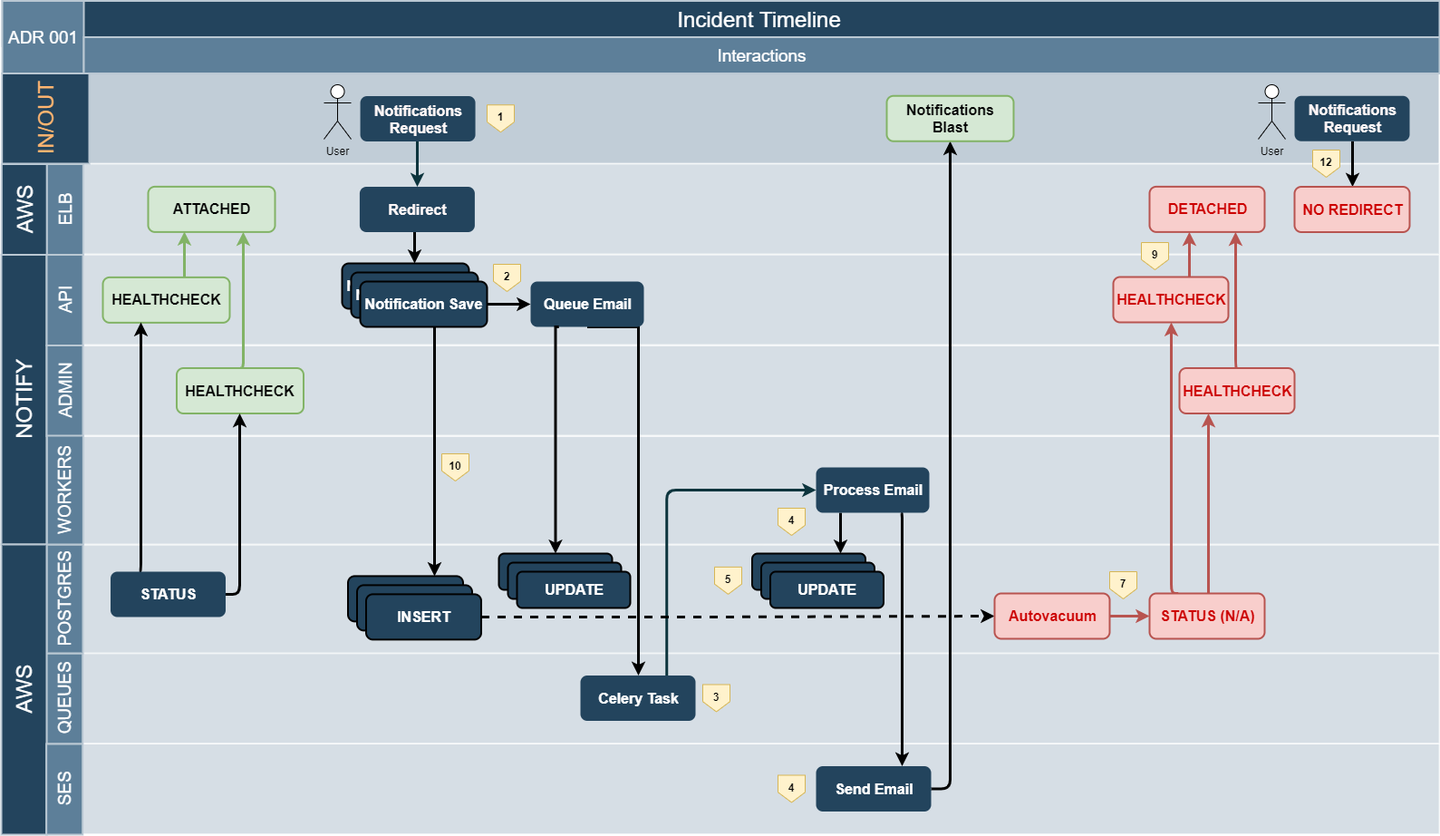
Above: records/diagrams/2021-07-16.scalability.database-bottleneck/timeline-incident.png in cds-snc/notification-adr (draw.io), before the change. Source tidied: cells renumbered, new cells last; positions are measured from the earlier drawing's top-left corner, leaving out a move shared by most shapes.
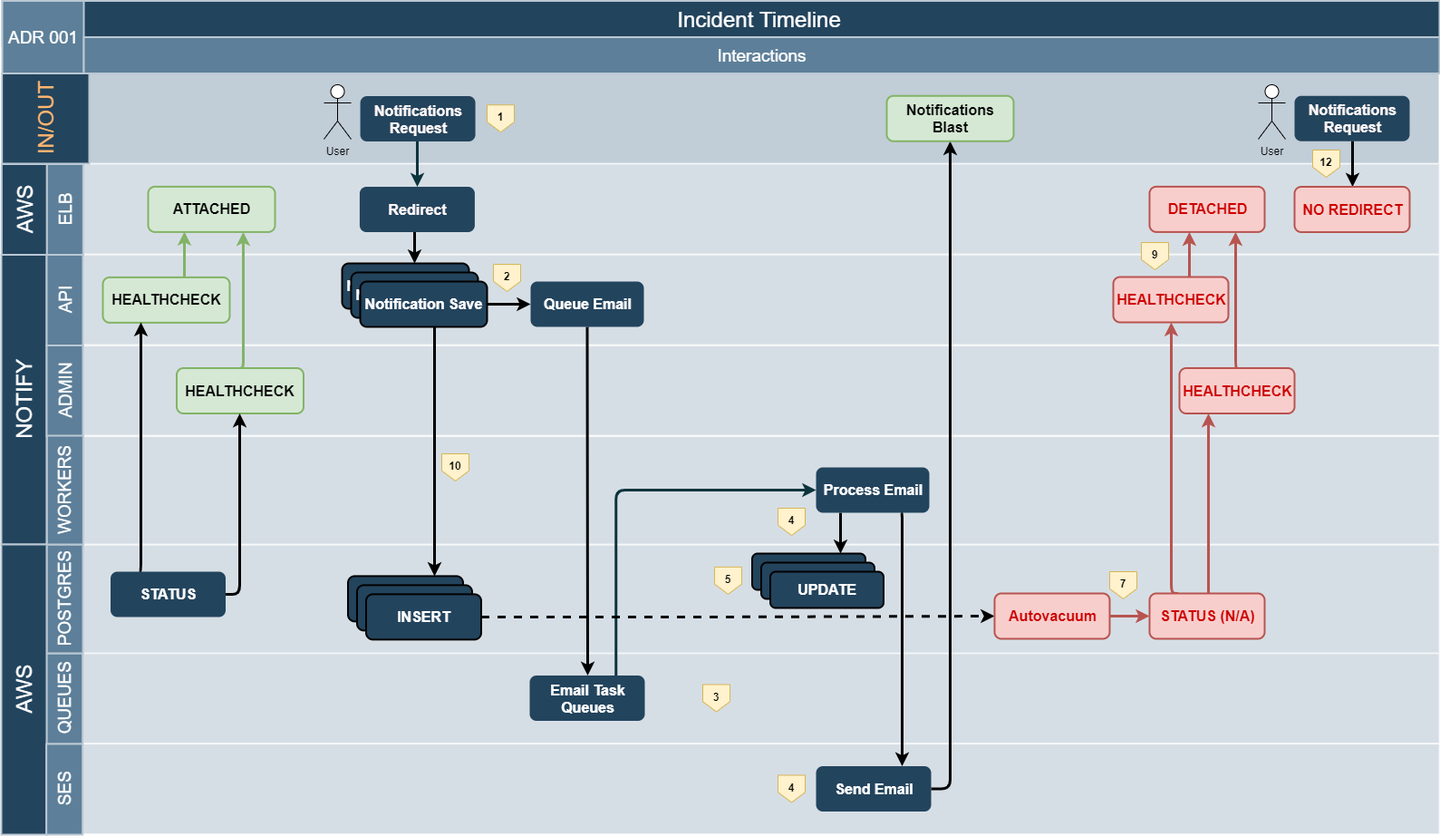
Later version of the same file.

Commit message:
Updated diagram following review

The edit, as a diff of the source:
```diff
@@ -70,6 +70,8 @@
     <mxCell id="21" style="jettySize=auto;html=1;strokeWidth=3;exitX=0.5;exitY=1;exitDx=0;exitDy=0;entryX=0.5;entryY=0;entryDx=0;entryDy=0;edgeStyle=elbowEdgeStyle;rounded=0;" parent="1" edge="1" source="22" target="32">
       <mxGeometry relative="1" as="geometry">
         <Array as="points">
+          <mxPoint x="647" y="490" />
+          <mxPoint x="681" y="450" />
           <mxPoint x="703" y="550" />
         </Array>
       </mxGeometry>
@@ -108,8 +110,8 @@
     <mxCell id="31" value="&lt;font style=&quot;font-size: 16px&quot; color=&quot;#fff7f7&quot;&gt;Notifications&lt;br&gt;Request&lt;/font&gt;" style="rounded=1;fillColor=#23445D;strokeColor=none;strokeWidth=2;fontFamily=Helvetica;html=1;gradientColor=none;fontStyle=1;" parent="1" vertex="1">
       <mxGeometry x="396.1" y="105.5" width="127" height="50" as="geometry" />
     </mxCell>
-    <mxCell id="32" value="&lt;font style=&quot;font-size: 16px&quot; color=&quot;#ffffff&quot;&gt;&lt;b&gt;Celery Task&lt;/b&gt;&lt;/font&gt;" style="rounded=1;fillColor=#23445D;strokeColor=none;strokeWidth=2;fontFamily=Helvetica;html=1;gradientColor=none;" parent="1" vertex="1">
-      <mxGeometry x="639" y="744.5" width="127" height="50" as="geometry" />
+    <mxCell id="32" value="&lt;font style=&quot;font-size: 16px&quot; color=&quot;#ffffff&quot;&gt;&lt;b&gt;&lt;font style=&quot;font-size: 16px&quot;&gt;Email Task&lt;br&gt;&lt;/font&gt;Queues&lt;/b&gt;&lt;/font&gt;" style="rounded=1;fillColor=#23445D;strokeColor=none;strokeWidth=2;fontFamily=Helvetica;html=1;gradientColor=none;" parent="1" vertex="1">
+      <mxGeometry x="583" y="744.5" width="127" height="50" as="geometry" />
     </mxCell>
     <mxCell id="33" value="AWS" style="strokeColor=#BAC8D3;fillColor=#23445D;fontSize=24;strokeWidth=2;horizontal=0;fontFamily=Helvetica;html=1;fontColor=#FFFFFF;fontStyle=0;" parent="1" vertex="1">
       <mxGeometry x="0.3" y="180.5" width="50" height="100" as="geometry" />
@@ -249,22 +251,6 @@
     <mxCell id="70" value="&lt;b&gt;&lt;font style=&quot;font-size: 16px&quot; color=&quot;#ffffff&quot;&gt;UPDATE&lt;/font&gt;&lt;/b&gt;" style="rounded=1;fillColor=#23445D;strokeWidth=2;fontFamily=Helvetica;html=1;gradientColor=none;" parent="1" vertex="1">
       <mxGeometry x="828.5" y="610" width="125" height="40" as="geometry" />
     </mxCell>
-    <mxCell id="71" value="&lt;b&gt;&lt;font style=&quot;font-size: 16px&quot; color=&quot;#ffffff&quot;&gt;UPDATE&lt;/font&gt;&lt;/b&gt;" style="rounded=1;fillColor=#23445D;strokeWidth=2;fontFamily=Helvetica;html=1;gradientColor=none;" parent="1" vertex="1">
-      <mxGeometry x="549" y="610" width="125" height="40" as="geometry" />
-    </mxCell>
-    <mxCell id="72" value="&lt;b&gt;&lt;font style=&quot;font-size: 16px&quot; color=&quot;#ffffff&quot;&gt;UPDATE&lt;/font&gt;&lt;/b&gt;" style="rounded=1;fillColor=#23445D;strokeWidth=2;fontFamily=Helvetica;html=1;gradientColor=none;" parent="1" vertex="1">
-      <mxGeometry x="559" y="620" width="125" height="40" as="geometry" />
-    </mxCell>
-    <mxCell id="73" value="&lt;b&gt;&lt;font style=&quot;font-size: 16px&quot; color=&quot;#ffffff&quot;&gt;UPDATE&lt;/font&gt;&lt;/b&gt;" style="rounded=1;fillColor=#23445D;strokeWidth=2;fontFamily=Helvetica;html=1;gradientColor=none;" parent="1" vertex="1">
-      <mxGeometry x="569" y="630" width="125" height="40" as="geometry" />
-    </mxCell>
-    <mxCell id="74" style="jettySize=auto;html=1;strokeWidth=3;exitX=0.25;exitY=1;exitDx=0;exitDy=0;edgeStyle=orthogonalEdgeStyle;elbow=vertical;rounded=0;entryX=0.5;entryY=0;entryDx=0;entryDy=0;" parent="1" edge="1" source="22" target="71">
-      <mxGeometry relative="1" as="geometry">
-        <Array as="points">
-          <mxPoint x="612" y="360" />
-        </Array>
-      </mxGeometry>
-    </mxCell>
     <mxCell id="75" value="&lt;b&gt;&lt;font style=&quot;font-size: 16px&quot; color=&quot;#ffffff&quot;&gt;UPDATE&lt;/font&gt;&lt;/b&gt;" style="rounded=1;fillColor=#23445D;strokeWidth=2;fontFamily=Helvetica;html=1;gradientColor=none;" parent="1" vertex="1">
       <mxGeometry x="838.5" y="620" width="125" height="40" as="geometry" />
     </mxCell>
```
